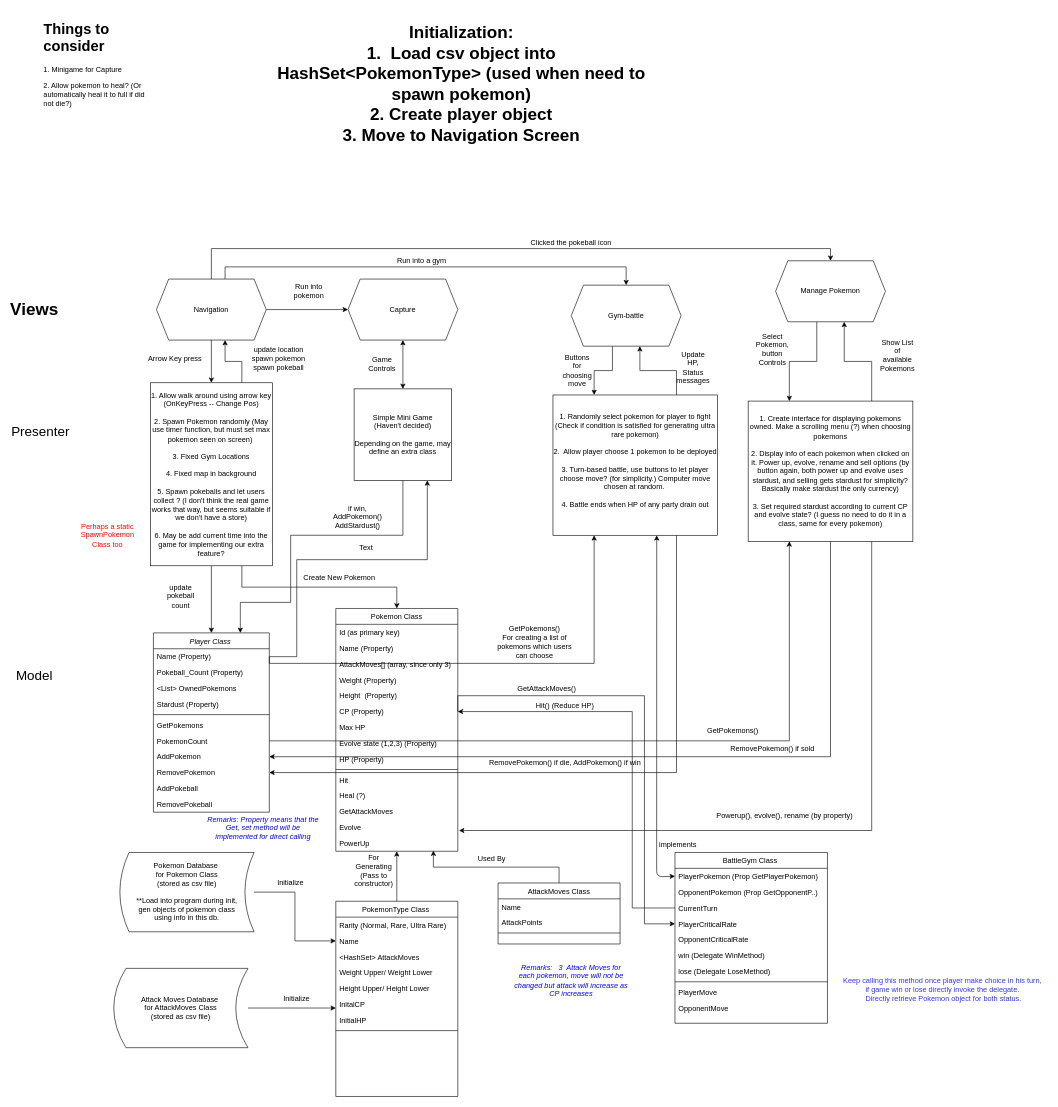
tpmmthomas/ierg3080-pokemon-go keeps this draw.io diagram as Untitled Diagram.drawio. Above is the earlier version. Source tidied: cells renumbered, new cells numbered last; positions are measured from the earlier drawing's top-left corner, leaving out a move shared by most shapes. Both pictures are drawn from the tidied source at 61%, with x=0, y=0 at pixel (22, 16).
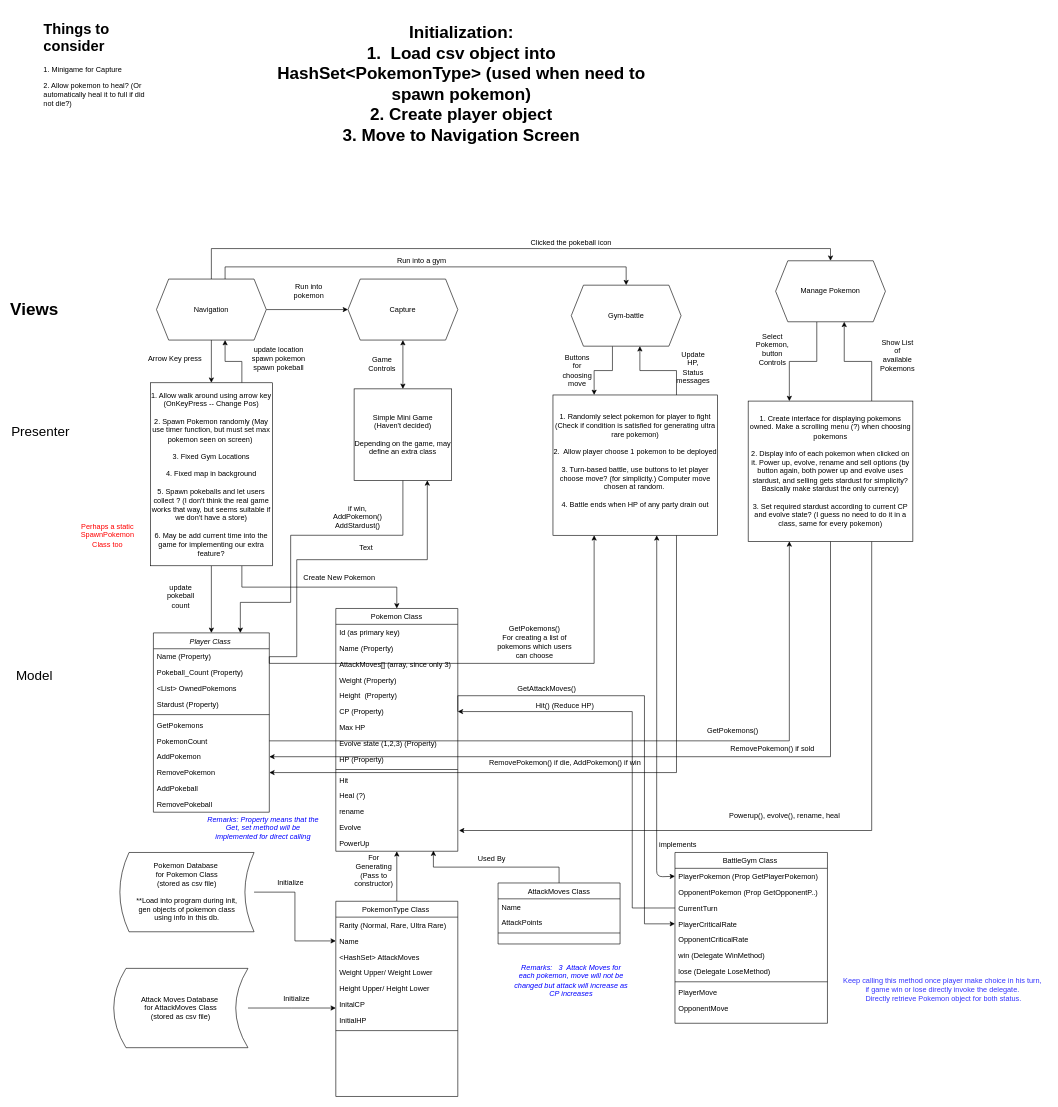
Above is the later version.

The change refers to these unchanged cells:
```xml
<mxCell id="40" value="Pokemon Class" style="swimlane;fontStyle=0;align=center;verticalAlign=top;horizontal=1;startSize=26;rounded=0;shadow=0;strokeWidth=1;" parent="1" vertex="1">
  <mxGeometry x="514" y="970" width="200" height="398" as="geometry" />
</mxCell>
```

What changed in the source:
```diff
@@
-    <mxCell id="53" value="GetAttackMoves" style="text;align=left;verticalAlign=top;spacingLeft=4;spacingRight=4;overflow=hidden;" parent="40" vertex="1">
+    <mxCell id="53" value="rename" style="text;align=left;verticalAlign=top;spacingLeft=4;spacingRight=4;overflow=hidden;" parent="40" vertex="1">
       <mxGeometry y="320" width="200" height="26" as="geometry" />
     </mxCell>
@@
-    <mxCell id="107" value="Powerup(), evolve(), rename (by property)" style="text;html=1;strokeColor=none;fillColor=none;align=center;verticalAlign=middle;whiteSpace=wrap;rounded=0;fontColor=#000000;" parent="1" vertex="1">
+    <mxCell id="107" value="Powerup(), evolve(), rename, heal" style="text;html=1;strokeColor=none;fillColor=none;align=center;verticalAlign=middle;whiteSpace=wrap;rounded=0;fontColor=#000000;" parent="1" vertex="1">
       <mxGeometry x="1110" y="1300" width="280" height="20" as="geometry" />
     </mxCell>
```
